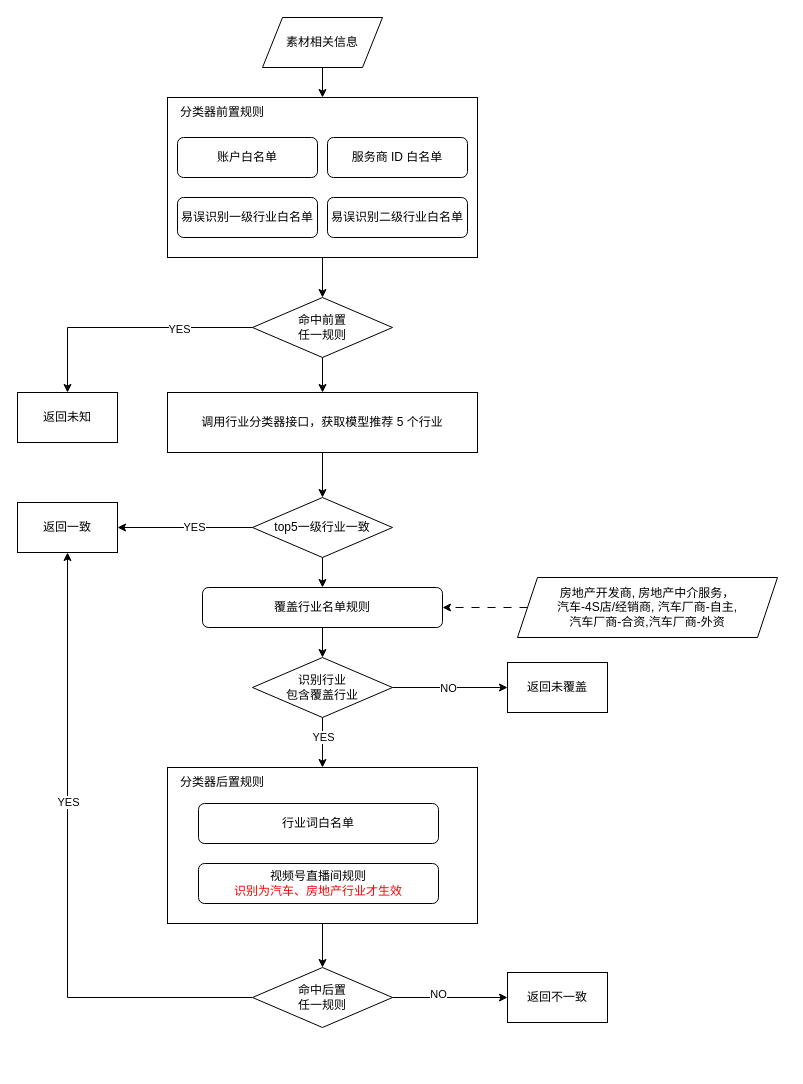
Above: review/素材行业一致性判断规则流程.drawio in IntronCheng/mydraw (draw.io), before the change. Source tidied: cells renumbered, new cells numbered last; positions are measured from the earlier drawing's top-left corner, leaving out a move shared by most shapes. Both pictures are drawn from the tidied source at 100%, with x=0, y=0 at pixel (17, 17).
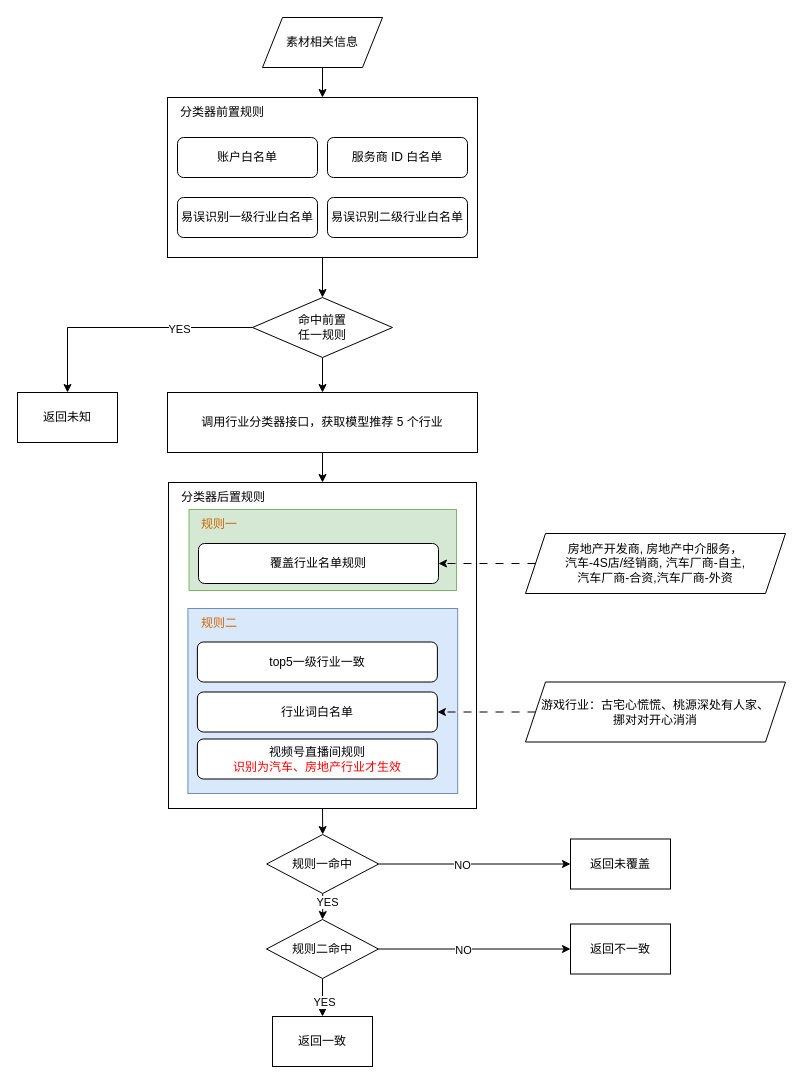
Above is the later version.

Commit message:
更新素材行业一致性判断规则流程.drawio

The change refers to these unchanged cells:
```xml
<mxCell id="17" value="调用行业分类器接口，获取模型推荐 5 个行业" style="rounded=0;whiteSpace=wrap;html=1;" parent="1" vertex="1">
  <mxGeometry x="150" y="375" width="310" height="60" as="geometry" />
</mxCell>
```

The edit, as a diff of the source:
```diff
@@
-    <mxCell id="16" style="edgeStyle=orthogonalEdgeStyle;rounded=0;jettySize=auto;html=1;entryX=0.5;entryY=0;entryDx=0;entryDy=0;" parent="1" edge="1" source="17" target="21">
-      <mxGeometry relative="1" as="geometry" />
-    </mxCell>
+    <mxCell id="44" style="edgeStyle=orthogonalEdgeStyle;rounded=0;jettySize=auto;html=1;exitX=0.5;exitY=1;exitDx=0;exitDy=0;" parent="1" edge="1" source="17" target="24">
+      <mxGeometry relative="1" as="geometry" />
+    </mxCell>
@@
-    <mxCell id="18" style="edgeStyle=orthogonalEdgeStyle;rounded=0;jettySize=auto;html=1;entryX=1;entryY=0.5;entryDx=0;entryDy=0;" parent="1" edge="1" source="21" target="22">
-      <mxGeometry relative="1" as="geometry" />
-    </mxCell>
-    <mxCell id="19" value="YES" style="edgeLabel;html=1;align=center;verticalAlign=middle;" parent="18" vertex="1">
-      <mxGeometry x="-0.12" y="-1" relative="1" as="geometry" />
-    </mxCell>
-    <mxCell id="20" style="edgeStyle=orthogonalEdgeStyle;rounded=0;jettySize=auto;html=1;entryX=0.5;entryY=0;entryDx=0;entryDy=0;" parent="1" edge="1" source="21" target="27">
-      <mxGeometry relative="1" as="geometry" />
-    </mxCell>
-    <mxCell id="21" value="top5一级行业一致" style="rhombus;whiteSpace=wrap;html=1;" parent="1" vertex="1">
-      <mxGeometry x="235" y="480" width="140" height="60" as="geometry" />
-    </mxCell>
-    <mxCell id="22" value="返回一致" style="rounded=0;whiteSpace=wrap;html=1;" parent="1" vertex="1">
-      <mxGeometry y="485" width="100" height="50" as="geometry" />
-    </mxCell>
-    <mxCell id="23" style="edgeStyle=orthogonalEdgeStyle;rounded=0;jettySize=auto;html=1;exitX=0.5;exitY=1;exitDx=0;exitDy=0;entryX=0.5;entryY=0;entryDx=0;entryDy=0;" parent="1" edge="1" source="24" target="42">
-      <mxGeometry relative="1" as="geometry" />
-    </mxCell>
+    <mxCell id="45" style="edgeStyle=orthogonalEdgeStyle;rounded=0;jettySize=auto;html=1;exitX=0.5;exitY=1;exitDx=0;exitDy=0;entryX=0.5;entryY=0;entryDx=0;entryDy=0;" parent="1" edge="1" source="24" target="57">
+      <mxGeometry relative="1" as="geometry" />
+    </mxCell>
     <mxCell id="24" style="rounded=0;whiteSpace=wrap;html=1;" parent="1" vertex="1">
-      <mxGeometry x="150" y="750" width="310" height="156" as="geometry" />
+      <mxGeometry x="151" y="465" width="308" height="326" as="geometry" />
     </mxCell>
     <mxCell id="25" value="分类器后置规则" style="text;html=1;align=center;verticalAlign=middle;whiteSpace=wrap;rounded=0;" parent="1" vertex="1">
-      <mxGeometry x="150" y="750" width="110" height="30" as="geometry" />
+      <mxGeometry x="151" y="465" width="110" height="30" as="geometry" />
     </mxCell>
-    <mxCell id="26" style="edgeStyle=orthogonalEdgeStyle;rounded=0;jettySize=auto;html=1;" parent="1" edge="1" source="27" target="34">
-      <mxGeometry relative="1" as="geometry" />
-    </mxCell>
+    <mxCell id="31" value="房地产开发商, 房地产中介服务，&lt;div&gt;汽车-4S店/经销商, 汽车厂商-自主,&lt;/div&gt;&lt;div&gt;汽车厂商-合资,汽车厂商-外资&lt;/div&gt;" style="shape=parallelogram;perimeter=parallelogramPerimeter;whiteSpace=wrap;html=1;fixedSize=1;" parent="1" vertex="1">
+      <mxGeometry x="508" y="516" width="260" height="60" as="geometry" />
+    </mxCell>
+    <mxCell id="46" style="rounded=0;whiteSpace=wrap;html=1;fillColor=#d5e8d4;strokeColor=#82b366;" parent="1" vertex="1">
+      <mxGeometry x="171.5" y="492" width="267.5" height="81" as="geometry" />
+    </mxCell>
+    <mxCell id="35" value="返回不一致" style="rounded=0;whiteSpace=wrap;html=1;" parent="1" vertex="1">
+      <mxGeometry x="553" y="906.5" width="100" height="50" as="geometry" />
+    </mxCell>
     <mxCell id="27" value="覆盖行业名单规则" style="rounded=1;whiteSpace=wrap;html=1;" parent="1" vertex="1">
-      <mxGeometry x="185" y="570" width="240" height="40" as="geometry" />
+      <mxGeometry x="181" y="526" width="240" height="40" as="geometry" />
     </mxCell>
+    <mxCell id="30" style="edgeStyle=orthogonalEdgeStyle;rounded=0;jettySize=auto;html=1;entryX=1;entryY=0.5;entryDx=0;entryDy=0;dashed=1;dashPattern=8 8;" parent="1" edge="1" source="31" target="27">
+      <mxGeometry relative="1" as="geometry" />
+    </mxCell>
+    <mxCell id="47" value="规则一" style="text;html=1;align=center;verticalAlign=middle;whiteSpace=wrap;rounded=0;fontColor=#CC6600;" parent="1" vertex="1">
+      <mxGeometry x="171.5" y="492" width="60" height="30" as="geometry" />
+    </mxCell>
+    <mxCell id="48" style="rounded=0;whiteSpace=wrap;html=1;fillColor=#dae8fc;strokeColor=#6c8ebf;" parent="1" vertex="1">
+      <mxGeometry x="170.4" y="591" width="269.8" height="185" as="geometry" />
+    </mxCell>
     <mxCell id="28" value="行业词白名单" style="rounded=1;whiteSpace=wrap;html=1;" parent="1" vertex="1">
-      <mxGeometry x="181" y="786" width="240" height="40" as="geometry" />
+      <mxGeometry x="179.9" y="674.5" width="240" height="40" as="geometry" />
     </mxCell>
     <mxCell id="29" value="视频号直播间规则&lt;div&gt;&lt;font color=&quot;#ff0000&quot;&gt;识别为汽车、房地产行业才生效&lt;/font&gt;&lt;/div&gt;" style="rounded=1;whiteSpace=wrap;html=1;" parent="1" vertex="1">
-      <mxGeometry x="181" y="846" width="240" height="40" as="geometry" />
+      <mxGeometry x="179.9" y="721.5" width="240" height="40" as="geometry" />
     </mxCell>
-    <mxCell id="30" style="edgeStyle=orthogonalEdgeStyle;rounded=0;jettySize=auto;html=1;entryX=1;entryY=0.5;entryDx=0;entryDy=0;dashed=1;dashPattern=8 8;" parent="1" edge="1" source="31" target="27">
-      <mxGeometry relative="1" as="geometry" />
-    </mxCell>
-    <mxCell id="31" value="房地产开发商, 房地产中介服务，&lt;div&gt;汽车-4S店/经销商, 汽车厂商-自主,&lt;/div&gt;&lt;div&gt;汽车厂商-合资,汽车厂商-外资&lt;/div&gt;" style="shape=parallelogram;perimeter=parallelogramPerimeter;whiteSpace=wrap;html=1;fixedSize=1;" parent="1" vertex="1">
-      <mxGeometry x="500" y="560" width="260" height="60" as="geometry" />
-    </mxCell>
-    <mxCell id="32" style="edgeStyle=orthogonalEdgeStyle;rounded=0;jettySize=auto;html=1;entryX=0;entryY=0.5;entryDx=0;entryDy=0;" parent="1" edge="1" source="34" target="35">
-      <mxGeometry relative="1" as="geometry" />
-    </mxCell>
-    <mxCell id="33" value="NO" style="edgeLabel;html=1;align=center;verticalAlign=middle;" parent="32" vertex="1">
-      <mxGeometry x="-0.05" relative="1" as="geometry" />
-    </mxCell>
-    <mxCell id="34" value="识别行业&lt;div&gt;包含覆盖行业&lt;/div&gt;" style="rhombus;whiteSpace=wrap;html=1;" parent="1" vertex="1">
-      <mxGeometry x="235" y="640" width="140" height="60" as="geometry" />
-    </mxCell>
-    <mxCell id="35" value="返回未覆盖" style="rounded=0;whiteSpace=wrap;html=1;" parent="1" vertex="1">
-      <mxGeometry x="490" y="645" width="100" height="50" as="geometry" />
-    </mxCell>
-    <mxCell id="36" style="edgeStyle=orthogonalEdgeStyle;rounded=0;jettySize=auto;html=1;exitX=0.5;exitY=1;exitDx=0;exitDy=0;entryX=0.5;entryY=0;entryDx=0;entryDy=0;" parent="1" edge="1" source="34" target="24">
-      <mxGeometry relative="1" as="geometry" />
-    </mxCell>
-    <mxCell id="37" value="YES" style="edgeLabel;html=1;align=center;verticalAlign=middle;" parent="36" vertex="1">
-      <mxGeometry x="-0.26" relative="1" as="geometry" />
-    </mxCell>
-    <mxCell id="38" style="edgeStyle=orthogonalEdgeStyle;rounded=0;jettySize=auto;html=1;exitX=0;exitY=0.5;exitDx=0;exitDy=0;entryX=0.5;entryY=1;entryDx=0;entryDy=0;" parent="1" edge="1" source="42" target="22">
-      <mxGeometry relative="1" as="geometry" />
-    </mxCell>
-    <mxCell id="39" value="YES" style="edgeLabel;html=1;align=center;verticalAlign=middle;" parent="38" vertex="1">
-      <mxGeometry x="0.21" relative="1" as="geometry" />
-    </mxCell>
-    <mxCell id="40" style="edgeStyle=orthogonalEdgeStyle;rounded=0;jettySize=auto;html=1;" parent="1" edge="1" source="42" target="43">
-      <mxGeometry relative="1" as="geometry" />
-    </mxCell>
-    <mxCell id="41" value="NO&lt;div&gt;&lt;br&gt;&lt;/div&gt;" style="edgeLabel;html=1;align=center;verticalAlign=middle;" parent="40" vertex="1">
-      <mxGeometry x="-0.22" y="-3" relative="1" as="geometry" />
-    </mxCell>
-    <mxCell id="42" value="命中后置&lt;div&gt;任一规则&lt;/div&gt;" style="rhombus;whiteSpace=wrap;html=1;" parent="1" vertex="1">
-      <mxGeometry x="235" y="950" width="140" height="60" as="geometry" />
-    </mxCell>
-    <mxCell id="43" value="返回不一致" style="rounded=0;whiteSpace=wrap;html=1;" parent="1" vertex="1">
-      <mxGeometry x="490" y="955" width="100" height="50" as="geometry" />
-    </mxCell>
+    <mxCell id="21" value="top5一级行业一致" style="rounded=1;whiteSpace=wrap;html=1;" parent="1" vertex="1">
+      <mxGeometry x="179.9" y="624.5" width="240" height="40" as="geometry" />
+    </mxCell>
+    <mxCell id="49" value="规则二" style="text;html=1;align=center;verticalAlign=middle;whiteSpace=wrap;rounded=0;fontColor=#CC6600;" parent="1" vertex="1">
+      <mxGeometry x="171.5" y="591" width="60" height="30" as="geometry" />
+    </mxCell>
+    <mxCell id="50" style="edgeStyle=orthogonalEdgeStyle;rounded=0;jettySize=auto;html=1;dashed=1;dashPattern=8 8;" parent="1" edge="1" source="51" target="28">
+      <mxGeometry relative="1" as="geometry" />
+    </mxCell>
+    <mxCell id="51" value="游戏行业：古宅心慌慌、桃源深处有人家、&lt;div&gt;挪对对开心消消&lt;br&gt;&lt;/div&gt;" style="shape=parallelogram;perimeter=parallelogramPerimeter;whiteSpace=wrap;html=1;fixedSize=1;" parent="1" vertex="1">
+      <mxGeometry x="508" y="664.5" width="260" height="60" as="geometry" />
+    </mxCell>
+    <mxCell id="22" value="返回一致" style="rounded=0;whiteSpace=wrap;html=1;" parent="1" vertex="1">
+      <mxGeometry x="255" y="999" width="100" height="50" as="geometry" />
+    </mxCell>
+    <mxCell id="52" value="返回未覆盖" style="rounded=0;whiteSpace=wrap;html=1;" parent="1" vertex="1">
+      <mxGeometry x="553" y="821.5" width="100" height="50" as="geometry" />
+    </mxCell>
+    <mxCell id="53" style="edgeStyle=orthogonalEdgeStyle;rounded=0;jettySize=auto;html=1;entryX=0;entryY=0.5;entryDx=0;entryDy=0;" parent="1" edge="1" source="57" target="52">
+      <mxGeometry relative="1" as="geometry" />
+    </mxCell>
+    <mxCell id="54" value="NO" style="edgeLabel;html=1;align=center;verticalAlign=middle;" parent="53" vertex="1">
+      <mxGeometry x="-0.13" y="-1" relative="1" as="geometry" />
+    </mxCell>
+    <mxCell id="55" style="edgeStyle=orthogonalEdgeStyle;rounded=0;jettySize=auto;html=1;" parent="1" edge="1" source="57" target="62">
+      <mxGeometry relative="1" as="geometry" />
+    </mxCell>
+    <mxCell id="56" value="YES" style="edgeLabel;html=1;align=center;verticalAlign=middle;" parent="55" vertex="1">
+      <mxGeometry x="-0.54" y="3" relative="1" as="geometry">
+        <mxPoint x="1" y="2" as="offset" />
+      </mxGeometry>
+    </mxCell>
+    <mxCell id="57" value="规则一命中" style="rhombus;whiteSpace=wrap;html=1;" parent="1" vertex="1">
+      <mxGeometry x="249.2" y="817" width="112" height="59" as="geometry" />
+    </mxCell>
+    <mxCell id="58" style="edgeStyle=orthogonalEdgeStyle;rounded=0;jettySize=auto;html=1;" parent="1" edge="1" source="62" target="35">
+      <mxGeometry relative="1" as="geometry" />
+    </mxCell>
+    <mxCell id="59" value="NO" style="edgeLabel;html=1;align=center;verticalAlign=middle;" parent="58" vertex="1">
+      <mxGeometry x="-0.12" y="-1" relative="1" as="geometry" />
+    </mxCell>
+    <mxCell id="60" style="edgeStyle=orthogonalEdgeStyle;rounded=0;jettySize=auto;html=1;entryX=0.5;entryY=0;entryDx=0;entryDy=0;exitX=0.5;exitY=1;exitDx=0;exitDy=0;" parent="1" edge="1" source="62" target="22">
+      <mxGeometry relative="1" as="geometry" />
+    </mxCell>
+    <mxCell id="61" value="YES" style="edgeLabel;html=1;align=center;verticalAlign=middle;" parent="60" vertex="1">
+      <mxGeometry x="0.22" y="1" relative="1" as="geometry" />
+    </mxCell>
+    <mxCell id="62" value="规则二命中" style="rhombus;whiteSpace=wrap;html=1;" parent="1" vertex="1">
+      <mxGeometry x="249" y="902" width="112" height="59" as="geometry" />
+    </mxCell>
```
